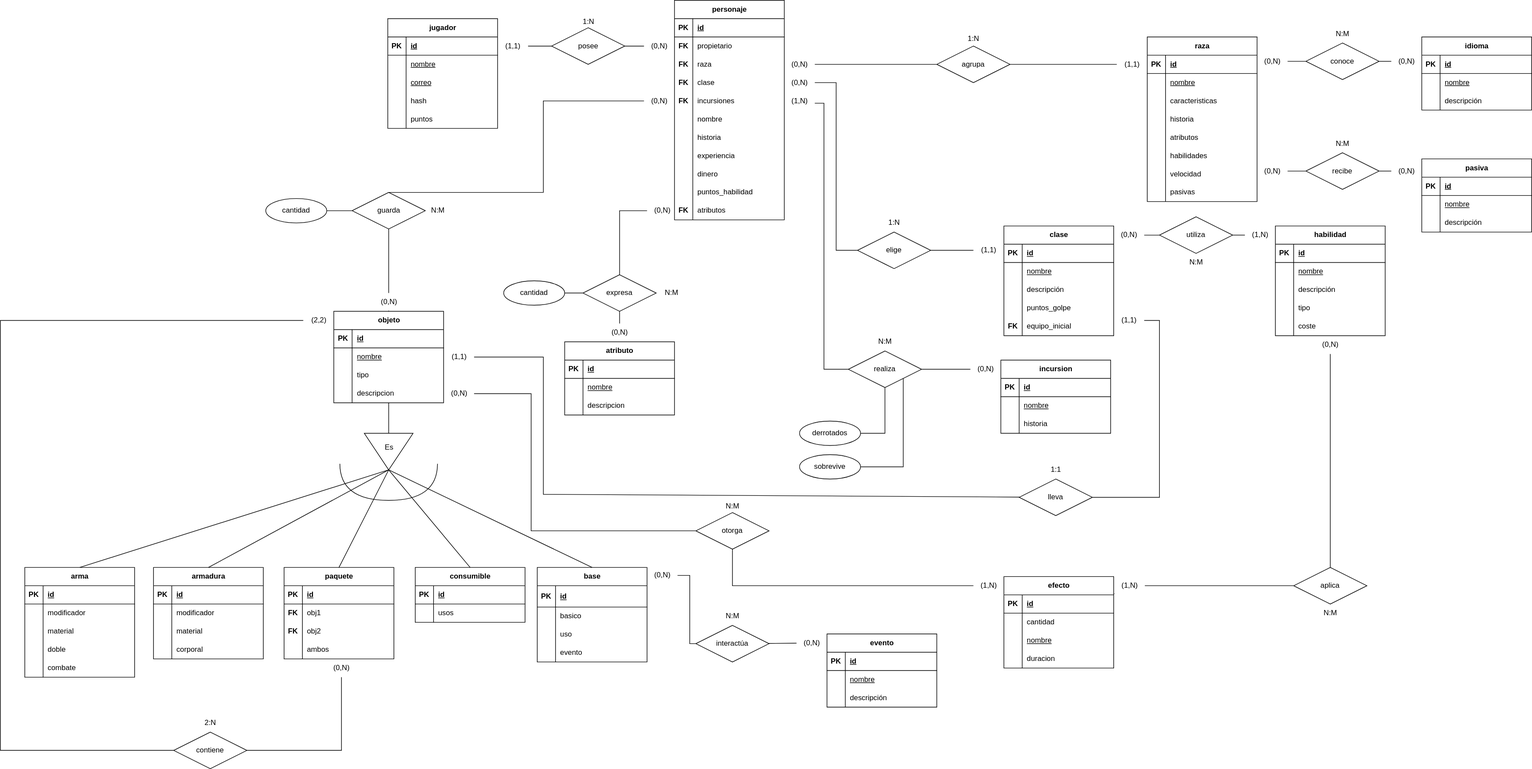
The draw.io diagram DB_Schema/BaseDatos_DnD.svg in IvanFreireDacoba/LogeVerse, before a commit. Source tidied: cells renumbered, new cells last; positions are measured from the earlier drawing's top-left corner, leaving out a move shared by most shapes.
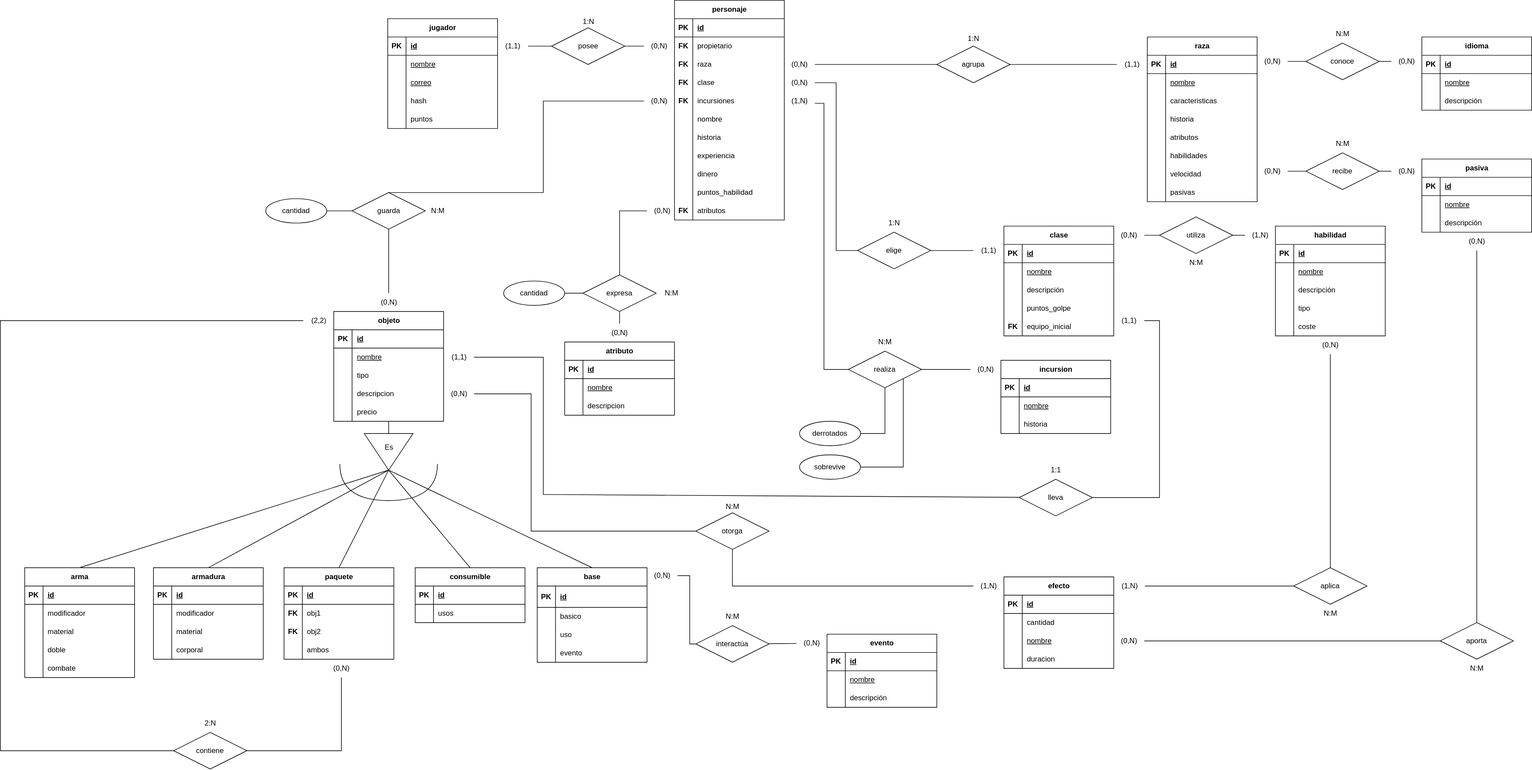
After the commit.

Commit message:
mejoras en la base de datos (objetos con efectos)

What changed in the source:
```diff
@@ -459,7 +459,7 @@
       <mxGeometry y="175" width="1110" height="935" as="geometry" />
     </mxCell>
     <mxCell id="150" value="objeto" style="shape=table;startSize=30;rowLines=0;fontStyle=1;align=center;html=1;" parent="149" vertex="1">
-      <mxGeometry x="396.5" y="185" width="180" height="150" as="geometry" />
+      <mxGeometry x="396.5" y="185" width="180" height="180" as="geometry" />
     </mxCell>
     <mxCell id="151" style="shape=tableRow;horizontal=0;startSize=0;swimlaneHead=0;swimlaneBody=0;fillColor=none;top=0;left=0;right=0;bottom=1;" parent="150" vertex="1">
       <mxGeometry y="30" width="180" height="30" as="geometry" />
@@ -497,6 +497,15 @@
     <mxCell id="162" value="descripcion" style="shape=partialRectangle;fillColor=none;top=0;left=0;bottom=0;right=0;align=left;spacingLeft=6;overflow=hidden;whiteSpace=wrap;html=1;" parent="160" vertex="1">
       <mxGeometry x="30" width="150" height="30" as="geometry" />
     </mxCell>
+    <mxCell id="388" style="shape=tableRow;horizontal=0;startSize=0;swimlaneHead=0;swimlaneBody=0;fillColor=none;top=0;left=0;right=0;bottom=0;" parent="150" vertex="1">
+      <mxGeometry y="150" width="180" height="30" as="geometry" />
+    </mxCell>
+    <mxCell id="389" style="shape=partialRectangle;fillColor=none;top=0;left=0;bottom=0;right=0;overflow=hidden;whiteSpace=wrap;html=1;" parent="388" vertex="1">
+      <mxGeometry width="30" height="30" as="geometry" />
+    </mxCell>
+    <mxCell id="390" value="precio" style="shape=partialRectangle;fillColor=none;top=0;left=0;bottom=0;right=0;align=left;spacingLeft=6;overflow=hidden;whiteSpace=wrap;html=1;" parent="388" vertex="1">
+      <mxGeometry x="30" width="150" height="30" as="geometry" />
+    </mxCell>
     <mxCell id="163" style="endArrow=none;html=1;rounded=0;exitX=0.5;exitY=0;exitDx=0;exitDy=0;entryX=0.498;entryY=0.965;entryDx=0;entryDy=0;entryPerimeter=0;" parent="149" edge="1" source="150" target="164">
       <mxGeometry relative="1" as="geometry" />
     </mxCell>
@@ -1224,5 +1233,32 @@
     <mxCell id="387" style="endArrow=none;html=1;rounded=0;" parent="1" edge="1" source="386" target="375">
       <mxGeometry relative="1" as="geometry" />
     </mxCell>
+    <mxCell id="391" style="group;" parent="1" vertex="1">
+      <mxGeometry x="2360" y="1020" width="120" height="90" as="geometry" />
+    </mxCell>
+    <mxCell id="392" value="aporta" style="shape=rhombus;perimeter=rhombusPerimeter;whiteSpace=wrap;html=1;align=center;" parent="391" vertex="1">
+      <mxGeometry width="120" height="60" as="geometry" />
+    </mxCell>
+    <mxCell id="393" value="N:M" style="text;html=1;align=center;verticalAlign=middle;strokeColor=none;fillColor=none;" parent="391" vertex="1">
+      <mxGeometry x="35" y="60" width="50" height="30" as="geometry" />
+    </mxCell>
+    <mxCell id="394" value="(0,N)" style="text;html=1;align=center;verticalAlign=middle;points=[];strokeColor=none;fillColor=none;" parent="1" vertex="1">
+      <mxGeometry x="2395" y="380" width="50" height="30" as="geometry" />
+    </mxCell>
+    <mxCell id="395" style="endArrow=none;html=1;rounded=0;" parent="1" edge="1" source="394" target="392">
+      <mxGeometry relative="1" as="geometry" />
+    </mxCell>
+    <mxCell id="396" style="endArrow=none;html=1;rounded=0;" parent="1" edge="1" source="301" target="394">
+      <mxGeometry relative="1" as="geometry" />
+    </mxCell>
+    <mxCell id="397" value="(0,N)" style="text;html=1;align=center;verticalAlign=middle;points=[];strokeColor=none;fillColor=none;" parent="1" vertex="1">
+      <mxGeometry x="1825" y="1035" width="50" height="30" as="geometry" />
+    </mxCell>
+    <mxCell id="398" style="endArrow=none;html=1;rounded=0;" parent="1" edge="1" source="397" target="392">
+      <mxGeometry relative="1" as="geometry" />
+    </mxCell>
+    <mxCell id="399" style="endArrow=none;html=1;rounded=0;" parent="1" edge="1" source="342" target="397">
+      <mxGeometry relative="1" as="geometry" />
+    </mxCell>
   </root>
 </mxGraphModel>
```
